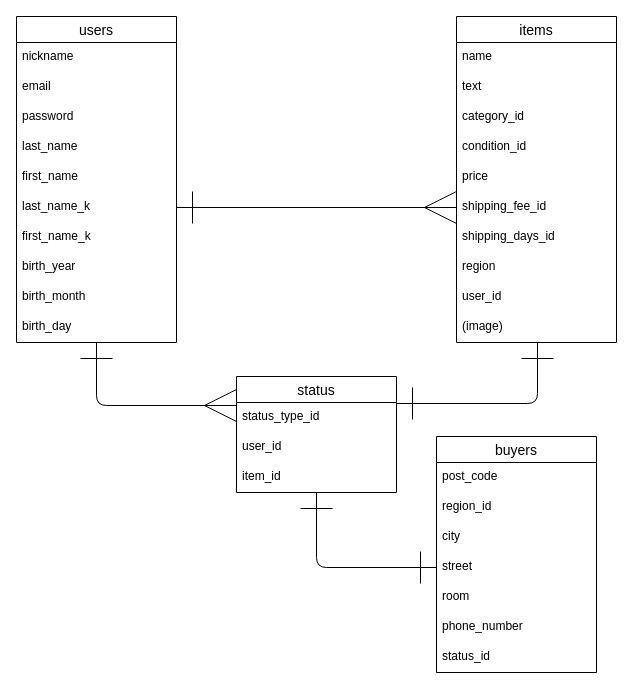
Earlier version of the draw.io diagram ER.dio (Matsuphy/furima-41680). Source tidied: cells renumbered, new cells numbered last; positions are measured from the earlier drawing's top-left corner, leaving out a move shared by most shapes. Both pictures are drawn from the tidied source at 100%, with x=0, y=0 at pixel (16, 16).
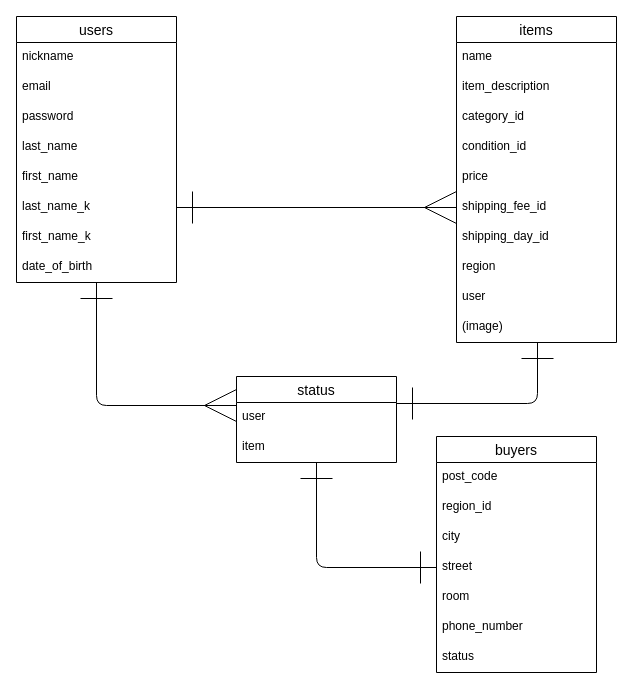
The same diagram, later.

Commit message (it also covers changes not shown here):
データベース設計V2

Unchanged cells that the change refers to:
```xml
<mxCell id="14" value="items" style="swimlane;fontStyle=0;horizontal=1;startSize=26;align=center;fontSize=14;" parent="1" vertex="1">
  <mxGeometry x="440" width="160" height="326" as="geometry" />
</mxCell>
<mxCell id="31" value="buyers" style="swimlane;fontStyle=0;horizontal=1;startSize=26;align=center;fontSize=14;" parent="1" vertex="1">
  <mxGeometry x="420" y="420" width="160" height="236" as="geometry" />
</mxCell>
```

Change to the diagram source:
```diff
@@
     <mxCell id="3" value="users" style="swimlane;fontStyle=0;horizontal=1;startSize=26;align=center;fontSize=14;" parent="1" vertex="1">
-      <mxGeometry width="160" height="326" as="geometry" />
+      <mxGeometry width="160" height="266" as="geometry" />
     </mxCell>
@@
-    <mxCell id="11" value="birth_year" style="text;strokeColor=none;fillColor=none;spacingLeft=4;spacingRight=4;overflow=hidden;fontSize=12;" parent="3" vertex="1">
+    <mxCell id="11" value="date_of_birth" style="text;strokeColor=none;fillColor=none;spacingLeft=4;spacingRight=4;overflow=hidden;fontSize=12;" parent="3" vertex="1">
       <mxGeometry y="236" width="160" height="30" as="geometry" />
     </mxCell>
-    <mxCell id="12" value="birth_month" style="text;strokeColor=none;fillColor=none;spacingLeft=4;spacingRight=4;overflow=hidden;fontSize=12;" parent="3" vertex="1">
-      <mxGeometry y="266" width="160" height="30" as="geometry" />
-    </mxCell>
-    <mxCell id="13" value="birth_day" style="text;strokeColor=none;fillColor=none;spacingLeft=4;spacingRight=4;overflow=hidden;fontSize=12;" parent="3" vertex="1">
-      <mxGeometry y="296" width="160" height="30" as="geometry" />
-    </mxCell>
@@
-    <mxCell id="16" value="text" style="text;strokeColor=none;fillColor=none;spacingLeft=4;spacingRight=4;overflow=hidden;fontSize=12;" parent="14" vertex="1">
+    <mxCell id="16" value="item_description" style="text;strokeColor=none;fillColor=none;spacingLeft=4;spacingRight=4;overflow=hidden;fontSize=12;" parent="14" vertex="1">
       <mxGeometry y="56" width="160" height="30" as="geometry" />
     </mxCell>
@@
-    <mxCell id="21" value="shipping_days_id" style="text;strokeColor=none;fillColor=none;spacingLeft=4;spacingRight=4;overflow=hidden;fontSize=12;" parent="14" vertex="1">
+    <mxCell id="21" value="shipping_day_id" style="text;strokeColor=none;fillColor=none;spacingLeft=4;spacingRight=4;overflow=hidden;fontSize=12;" parent="14" vertex="1">
       <mxGeometry y="206" width="160" height="30" as="geometry" />
     </mxCell>
@@
-    <mxCell id="23" value="user_id" style="text;strokeColor=none;fillColor=none;spacingLeft=4;spacingRight=4;overflow=hidden;fontSize=12;" parent="14" vertex="1">
+    <mxCell id="23" value="user" style="text;strokeColor=none;fillColor=none;spacingLeft=4;spacingRight=4;overflow=hidden;fontSize=12;" parent="14" vertex="1">
       <mxGeometry y="266" width="160" height="30" as="geometry" />
     </mxCell>
@@
-    <mxCell id="25" style="edgeStyle=none;sketch=0;jumpSize=6;html=1;strokeColor=default;startArrow=ERone;startFill=0;endArrow=ERone;endFill=0;startSize=30;endSize=30;targetPerimeterSpacing=0;entryX=0.506;entryY=1.133;entryDx=0;entryDy=0;entryPerimeter=0;exitX=1;exitY=0.033;exitDx=0;exitDy=0;exitPerimeter=0;" parent="1" edge="1" source="28">
+    <mxCell id="25" style="edgeStyle=none;sketch=0;jumpSize=6;html=1;strokeColor=default;startArrow=ERone;startFill=0;endArrow=ERone;endFill=0;startSize=30;endSize=30;targetPerimeterSpacing=0;entryX=0.506;entryY=1.133;entryDx=0;entryDy=0;entryPerimeter=0;exitX=1;exitY=0.033;exitDx=0;exitDy=0;exitPerimeter=0;" parent="1" edge="1">
       <mxGeometry relative="1" as="geometry">
+        <mxPoint x="380" y="387" as="sourcePoint" />
         <mxPoint x="521" y="326" as="targetPoint" />
         <Array as="points">
           <mxPoint x="521" y="387" />
         </Array>
       </mxGeometry>
     </mxCell>
@@
     <mxCell id="27" value="status" style="swimlane;fontStyle=0;horizontal=1;startSize=26;align=center;fontSize=14;" parent="1" vertex="1">
-      <mxGeometry x="220" y="360" width="160" height="116" as="geometry" />
+      <mxGeometry x="220" y="360" width="160" height="86" as="geometry" />
     </mxCell>
-    <mxCell id="28" value="status_type_id" style="text;strokeColor=none;fillColor=none;spacingLeft=4;spacingRight=4;overflow=hidden;points=[[0,0.5],[1,0.5]];portConstraint=eastwest;fontSize=12;" parent="27" vertex="1">
-      <mxGeometry y="26" width="160" height="30" as="geometry" />
-    </mxCell>
-    <mxCell id="29" value="user_id" style="text;strokeColor=none;fillColor=none;spacingLeft=4;spacingRight=4;overflow=hidden;fontSize=12;" parent="27" vertex="1">
-      <mxGeometry y="56" width="160" height="30" as="geometry" />
+    <mxCell id="29" value="user" style="text;strokeColor=none;fillColor=none;spacingLeft=4;spacingRight=4;overflow=hidden;fontSize=12;" parent="27" vertex="1">
+      <mxGeometry y="26" width="160" height="30" as="geometry" />
     </mxCell>
-    <mxCell id="30" value="item_id" style="text;strokeColor=none;fillColor=none;spacingLeft=4;spacingRight=4;overflow=hidden;fontSize=12;" parent="27" vertex="1">
-      <mxGeometry y="86" width="160" height="30" as="geometry" />
+    <mxCell id="30" value="item" style="text;strokeColor=none;fillColor=none;spacingLeft=4;spacingRight=4;overflow=hidden;fontSize=12;" parent="27" vertex="1">
+      <mxGeometry y="56" width="160" height="30" as="geometry" />
     </mxCell>
@@
-    <mxCell id="38" value="status_id" style="text;strokeColor=none;fillColor=none;spacingLeft=4;spacingRight=4;overflow=hidden;fontSize=12;" parent="31" vertex="1">
+    <mxCell id="38" value="status" style="text;strokeColor=none;fillColor=none;spacingLeft=4;spacingRight=4;overflow=hidden;fontSize=12;" parent="31" vertex="1">
       <mxGeometry y="206" width="160" height="30" as="geometry" />
     </mxCell>
```
